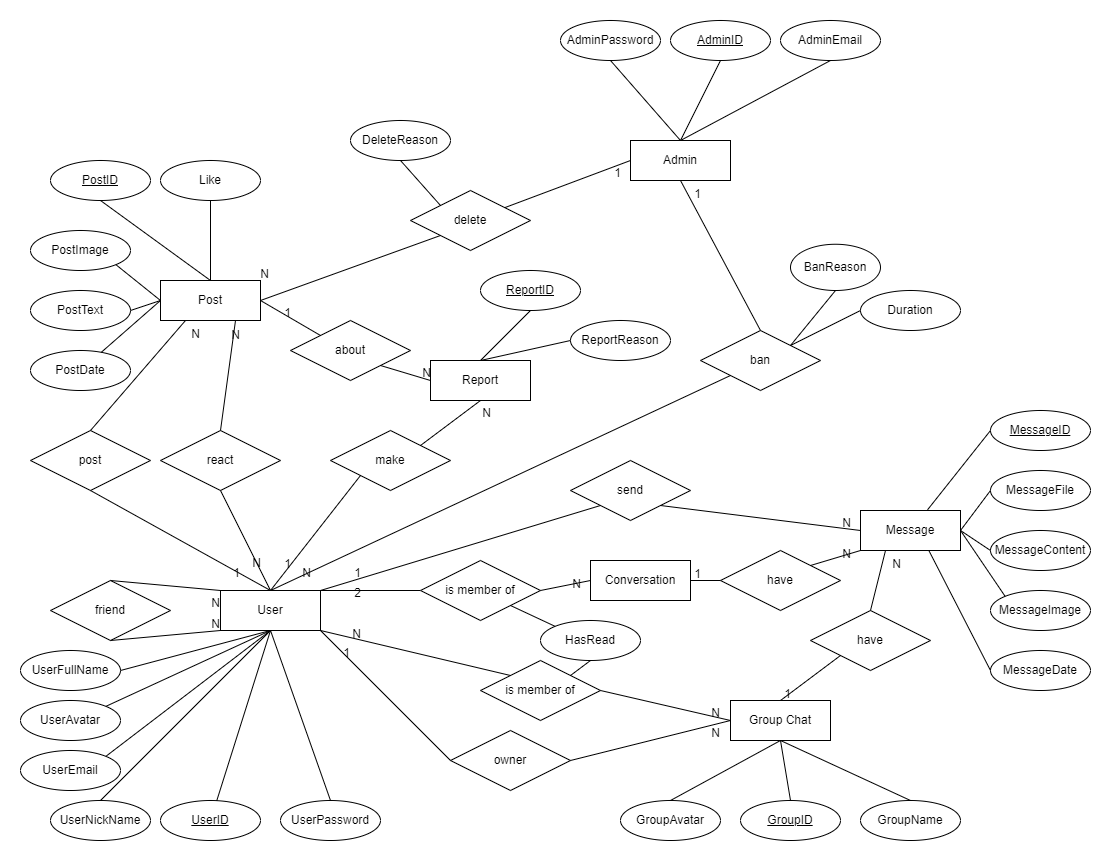
This is Database/ERD.png from danchoihecode/SEProject, a draw.io export, as it was before one commit. Source tidied: cells renumbered, new cells last; positions are measured from the earlier drawing's top-left corner, leaving out a move shared by most shapes.
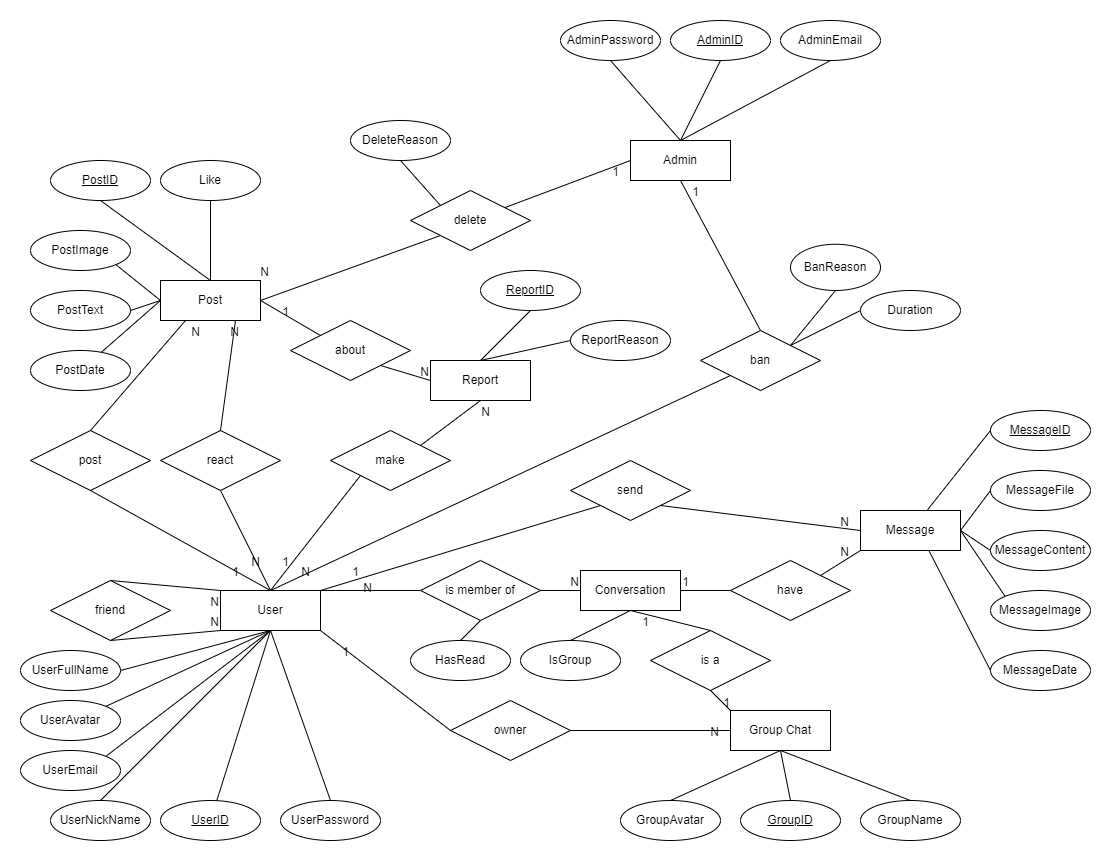
After the change.

Diff of the diagram source:
```diff
@@ -6,7 +6,7 @@
       <mxGeometry x="200" y="570" width="100" height="40" as="geometry" />
     </mxCell>
     <mxCell id="3" value="Group Chat" style="whiteSpace=wrap;html=1;align=center;" parent="1" vertex="1">
-      <mxGeometry x="710" y="680" width="100" height="40" as="geometry" />
+      <mxGeometry x="710" y="690" width="100" height="40" as="geometry" />
     </mxCell>
     <mxCell id="4" value="Post" style="whiteSpace=wrap;html=1;align=center;" parent="1" vertex="1">
       <mxGeometry x="140" y="260" width="100" height="40" as="geometry" />
@@ -17,9 +17,6 @@
     <mxCell id="6" value="post" style="shape=rhombus;perimeter=rhombusPerimeter;whiteSpace=wrap;html=1;align=center;" parent="1" vertex="1">
       <mxGeometry x="10" y="410" width="120" height="60" as="geometry" />
     </mxCell>
-    <mxCell id="7" value="is member of" style="shape=rhombus;perimeter=rhombusPerimeter;whiteSpace=wrap;html=1;align=center;" parent="1" vertex="1">
-      <mxGeometry x="460" y="640" width="120" height="60" as="geometry" />
-    </mxCell>
     <mxCell id="8" value="GroupID" style="ellipse;whiteSpace=wrap;html=1;align=center;fontStyle=4;" parent="1" vertex="1">
       <mxGeometry x="720" y="780" width="100" height="40" as="geometry" />
     </mxCell>
@@ -65,22 +62,6 @@
         <mxPoint x="15" y="20" as="offset" />
       </mxGeometry>
     </mxCell>
-    <mxCell id="21" style="endArrow=none;html=1;rounded=0;entryX=1;entryY=1;entryDx=0;entryDy=0;exitX=0;exitY=0;exitDx=0;exitDy=0;" parent="1" edge="1" source="7" target="2">
-      <mxGeometry relative="1" as="geometry" />
-    </mxCell>
-    <mxCell id="22" value="N" style="html=1;whiteSpace=wrap;align=right;verticalAlign=bottom;" parent="21" vertex="1">
-      <mxGeometry x="1" relative="1" as="geometry">
-        <mxPoint x="40" y="10" as="offset" />
-      </mxGeometry>
-    </mxCell>
-    <mxCell id="23" style="endArrow=none;html=1;rounded=0;entryX=0;entryY=0.5;entryDx=0;entryDy=0;exitX=1;exitY=0.5;exitDx=0;exitDy=0;" parent="1" edge="1" source="7" target="3">
-      <mxGeometry relative="1" as="geometry" />
-    </mxCell>
-    <mxCell id="24" value="N" style="html=1;whiteSpace=wrap;align=right;verticalAlign=bottom;" parent="23" vertex="1">
-      <mxGeometry x="1" relative="1" as="geometry">
-        <mxPoint x="-10" as="offset" />
-      </mxGeometry>
-    </mxCell>
     <mxCell id="25" style="endArrow=none;html=1;rounded=0;entryX=0.5;entryY=0;entryDx=0;entryDy=0;exitX=0.5;exitY=1;exitDx=0;exitDy=0;" parent="1" edge="1" source="3" target="8">
       <mxGeometry relative="1" as="geometry" />
     </mxCell>
@@ -221,7 +202,7 @@
       <mxGeometry relative="1" as="geometry" />
     </mxCell>
     <mxCell id="68" value="HasRead" style="ellipse;whiteSpace=wrap;html=1;align=center;" parent="1" vertex="1">
-      <mxGeometry x="520" y="600" width="100" height="40" as="geometry" />
+      <mxGeometry x="390" y="620" width="100" height="40" as="geometry" />
     </mxCell>
     <mxCell id="69" value="Report" style="whiteSpace=wrap;html=1;align=center;" parent="1" vertex="1">
       <mxGeometry x="410" y="340" width="100" height="40" as="geometry" />
@@ -330,11 +311,8 @@
     <mxCell id="99" value="is member of" style="shape=rhombus;perimeter=rhombusPerimeter;whiteSpace=wrap;html=1;align=center;" parent="1" vertex="1">
       <mxGeometry x="400" y="540" width="120" height="60" as="geometry" />
     </mxCell>
-    <mxCell id="100" style="endArrow=none;html=1;rounded=0;exitX=1;exitY=0;exitDx=0;exitDy=0;entryX=0.5;entryY=1;entryDx=0;entryDy=0;" parent="1" edge="1" source="7" target="68">
-      <mxGeometry relative="1" as="geometry" />
-    </mxCell>
     <mxCell id="101" value="owner" style="shape=rhombus;perimeter=rhombusPerimeter;whiteSpace=wrap;html=1;align=center;" parent="1" vertex="1">
-      <mxGeometry x="430" y="710" width="120" height="60" as="geometry" />
+      <mxGeometry x="430" y="680" width="120" height="60" as="geometry" />
     </mxCell>
     <mxCell id="102" style="endArrow=none;html=1;rounded=0;entryX=0;entryY=0.5;entryDx=0;entryDy=0;exitX=1;exitY=1;exitDx=0;exitDy=0;" parent="1" edge="1" source="2" target="101">
       <mxGeometry relative="1" as="geometry" />
@@ -357,7 +335,7 @@
     <mxCell id="108" style="endArrow=none;html=1;rounded=0;entryX=0;entryY=0;entryDx=0;entryDy=0;exitX=1;exitY=0.5;exitDx=0;exitDy=0;" parent="1" edge="1" source="4" target="106">
       <mxGeometry relative="1" as="geometry" />
     </mxCell>
-    <mxCell id="109" style="endArrow=none;html=1;rounded=0;exitX=1;exitY=1;exitDx=0;exitDy=0;entryX=0;entryY=0;entryDx=0;entryDy=0;" parent="1" edge="1" source="99" target="68">
+    <mxCell id="109" style="endArrow=none;html=1;rounded=0;exitX=0.5;exitY=1;exitDx=0;exitDy=0;entryX=0.5;entryY=0;entryDx=0;entryDy=0;" parent="1" edge="1" source="99" target="68">
       <mxGeometry relative="1" as="geometry" />
     </mxCell>
     <mxCell id="110" value="Like" style="ellipse;whiteSpace=wrap;html=1;align=center;" parent="1" vertex="1">
@@ -372,9 +350,6 @@
     <mxCell id="113" style="endArrow=none;html=1;rounded=0;entryX=0;entryY=0.5;entryDx=0;entryDy=0;exitX=1;exitY=1;exitDx=0;exitDy=0;" parent="1" edge="1" source="111" target="5">
       <mxGeometry relative="1" as="geometry" />
     </mxCell>
-    <mxCell id="114" value="2" style="html=1;whiteSpace=wrap;align=right;verticalAlign=bottom;" parent="1" vertex="1">
-      <mxGeometry x="340" y="580" as="geometry" />
-    </mxCell>
     <mxCell id="115" value="N" style="html=1;whiteSpace=wrap;align=right;verticalAlign=bottom;" parent="1" vertex="1">
       <mxGeometry x="830" y="510" as="geometry" />
     </mxCell>
@@ -385,23 +360,14 @@
       <mxGeometry x="410" y="360" as="geometry" />
     </mxCell>
     <mxCell id="118" value="Conversation" style="whiteSpace=wrap;html=1;align=center;" parent="1" vertex="1">
-      <mxGeometry x="570" y="540" width="100" height="40" as="geometry" />
+      <mxGeometry x="560" y="550" width="100" height="40" as="geometry" />
     </mxCell>
-    <mxCell id="119" value="have" style="shape=rhombus;perimeter=rhombusPerimeter;whiteSpace=wrap;html=1;align=center;" parent="1" vertex="1">
-      <mxGeometry x="790" y="590" width="120" height="60" as="geometry" />
-    </mxCell>
     <mxCell id="120" style="endArrow=none;html=1;rounded=0;entryX=0;entryY=0.5;entryDx=0;entryDy=0;exitX=1;exitY=0.5;exitDx=0;exitDy=0;" parent="1" edge="1" source="99" target="118">
       <mxGeometry relative="1" as="geometry" />
     </mxCell>
     <mxCell id="121" value="have" style="shape=rhombus;perimeter=rhombusPerimeter;whiteSpace=wrap;html=1;align=center;" parent="1" vertex="1">
-      <mxGeometry x="700" y="530" width="120" height="60" as="geometry" />
+      <mxGeometry x="710" y="540" width="120" height="60" as="geometry" />
     </mxCell>
-    <mxCell id="122" style="endArrow=none;html=1;rounded=0;entryX=0.25;entryY=1;entryDx=0;entryDy=0;exitX=0.5;exitY=0;exitDx=0;exitDy=0;" parent="1" edge="1" source="119" target="5">
-      <mxGeometry relative="1" as="geometry" />
-    </mxCell>
-    <mxCell id="123" style="endArrow=none;html=1;rounded=0;entryX=0;entryY=1;entryDx=0;entryDy=0;exitX=0.5;exitY=0;exitDx=0;exitDy=0;" parent="1" edge="1" source="3" target="119">
-      <mxGeometry relative="1" as="geometry" />
-    </mxCell>
     <mxCell id="124" style="endArrow=none;html=1;rounded=0;entryX=0;entryY=1;entryDx=0;entryDy=0;exitX=1;exitY=0;exitDx=0;exitDy=0;" parent="1" edge="1" source="121" target="5">
       <mxGeometry relative="1" as="geometry" />
     </mxCell>
@@ -414,14 +380,36 @@
     <mxCell id="127" value="N" style="html=1;whiteSpace=wrap;align=right;verticalAlign=bottom;" parent="1" vertex="1">
       <mxGeometry x="830" y="540" as="geometry" />
     </mxCell>
-    <mxCell id="128" value="N" style="html=1;whiteSpace=wrap;align=right;verticalAlign=bottom;" parent="1" vertex="1">
-      <mxGeometry x="880" y="550" as="geometry" />
-    </mxCell>
-    <mxCell id="129" value="1&lt;span style=&quot;color: rgba(0, 0, 0, 0); font-family: monospace; font-size: 0px; text-align: start;&quot;&gt;%3CmxGraphModel%3E%3Croot%3E%3CmxCell%20id%3D%220%22%2F%3E%3CmxCell%20id%3D%221%22%20parent%3D%220%22%2F%3E%3CmxCell%20id%3D%222%22%20value%3D%22N%22%20style%3D%22resizable%3D0%3Bhtml%3D1%3BwhiteSpace%3Dwrap%3Balign%3Dright%3BverticalAlign%3Dbottom%3B%22%20connectable%3D%220%22%20vertex%3D%221%22%20parent%3D%221%22%3E%3CmxGeometry%20x%3D%22840.0023095305239%22%20y%3D%22600.0002838361767%22%20as%3D%22geometry%22%2F%3E%3C%2FmxCell%3E%3C%2Froot%3E%3C%2FmxGraphModel%3E&lt;/span&gt;" style="html=1;whiteSpace=wrap;align=right;verticalAlign=bottom;" parent="1" vertex="1">
-      <mxGeometry x="770" y="680" as="geometry" />
-    </mxCell>
     <mxCell id="130" value="1" style="html=1;whiteSpace=wrap;align=right;verticalAlign=bottom;" parent="1" vertex="1">
-      <mxGeometry x="680" y="560" as="geometry" />
+      <mxGeometry x="670" y="570" as="geometry" />
     </mxCell>
+    <mxCell id="131" value="is a" style="shape=rhombus;perimeter=rhombusPerimeter;whiteSpace=wrap;html=1;align=center;" parent="1" vertex="1">
+      <mxGeometry x="630" y="610" width="120" height="60" as="geometry" />
+    </mxCell>
+    <mxCell id="132" value="N" style="html=1;whiteSpace=wrap;align=right;verticalAlign=bottom;" parent="1" vertex="1">
+      <mxGeometry x="350" y="570" as="geometry">
+        <mxPoint x="3" y="6" as="offset" />
+      </mxGeometry>
+    </mxCell>
+    <mxCell id="133" style="endArrow=none;html=1;rounded=0;entryX=0;entryY=0;entryDx=0;entryDy=0;exitX=0.5;exitY=1;exitDx=0;exitDy=0;" parent="1" edge="1" source="131" target="3">
+      <mxGeometry relative="1" as="geometry" />
+    </mxCell>
+    <mxCell id="134" value="1" style="html=1;whiteSpace=wrap;align=right;verticalAlign=bottom;" parent="133" vertex="1">
+      <mxGeometry x="1" relative="1" as="geometry" />
+    </mxCell>
+    <mxCell id="135" style="endArrow=none;html=1;rounded=0;entryX=0.5;entryY=1;entryDx=0;entryDy=0;exitX=0.5;exitY=0;exitDx=0;exitDy=0;" parent="1" edge="1" source="131" target="118">
+      <mxGeometry relative="1" as="geometry" />
+    </mxCell>
+    <mxCell id="136" value="1" style="html=1;whiteSpace=wrap;align=right;verticalAlign=bottom;" parent="135" vertex="1">
+      <mxGeometry x="1" relative="1" as="geometry">
+        <mxPoint x="20" y="20" as="offset" />
+      </mxGeometry>
+    </mxCell>
+    <mxCell id="137" value="IsGroup" style="ellipse;whiteSpace=wrap;html=1;align=center;" parent="1" vertex="1">
+      <mxGeometry x="500" y="620" width="100" height="40" as="geometry" />
+    </mxCell>
+    <mxCell id="138" style="endArrow=none;html=1;rounded=0;entryX=0.5;entryY=1;entryDx=0;entryDy=0;exitX=0.5;exitY=0;exitDx=0;exitDy=0;" parent="1" edge="1" source="137" target="118">
+      <mxGeometry relative="1" as="geometry" />
+    </mxCell>
   </root>
 </mxGraphModel>
```
